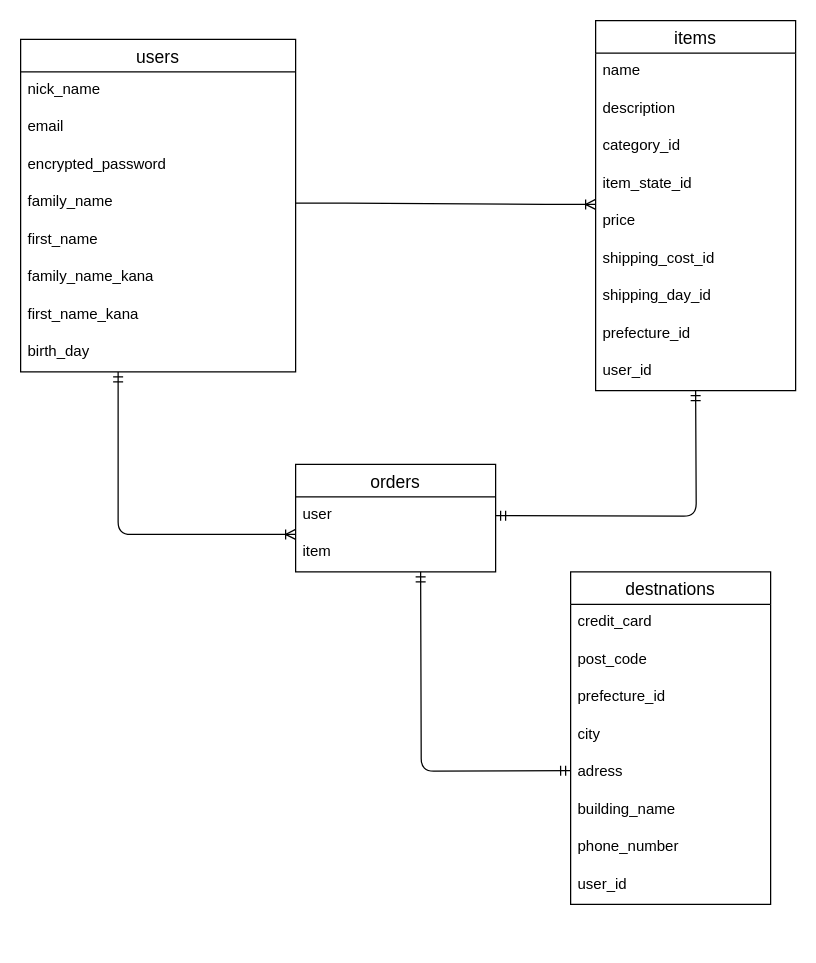
This is ERD.dio from sochi0720/furima-33467, a draw.io file, before an edit. Source tidied: cells renumbered, new cells numbered last; positions are measured from the earlier drawing's top-left corner, leaving out a move shared by most shapes. Both pictures are drawn from the tidied source at 125%, with x=0, y=0 at pixel (20, 20).
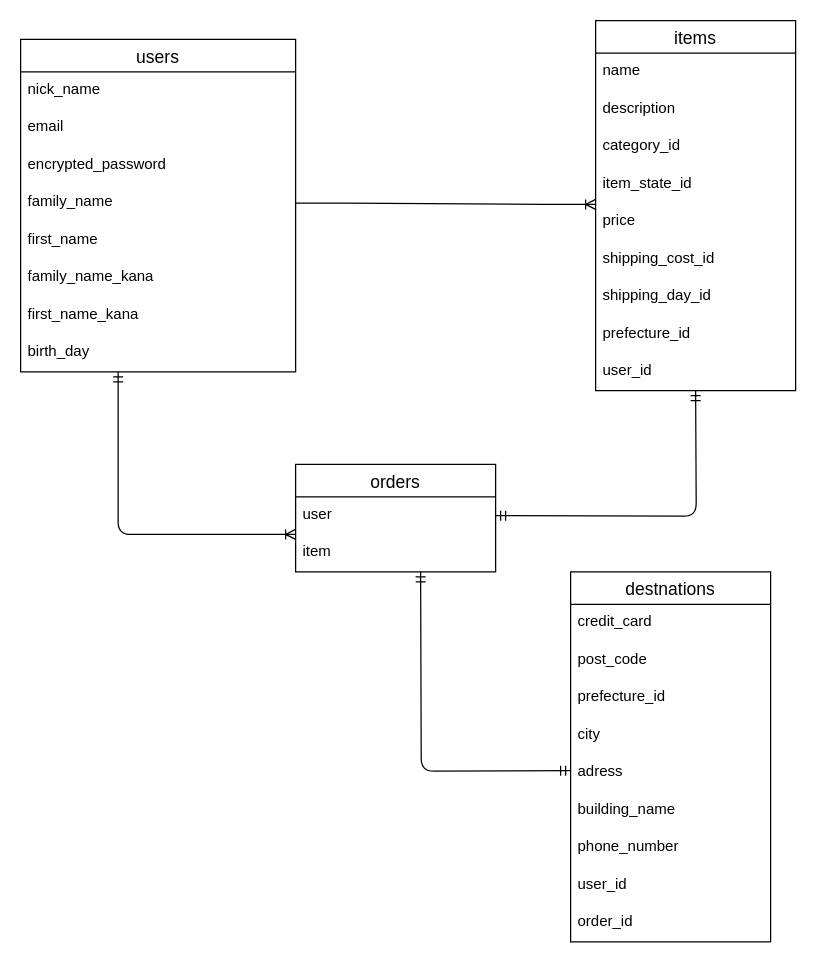
Above is the later version.

What changed in the source:
```diff
@@
     <mxCell id="12" value="destnations" style="swimlane;fontStyle=0;horizontal=1;startSize=26;align=center;fontSize=14;" parent="1" vertex="1">
-      <mxGeometry x="440" y="441" width="160" height="266" as="geometry" />
+      <mxGeometry x="440" y="441" width="160" height="296" as="geometry" />
     </mxCell>
@@
+    <mxCell id="37" value="order_id" style="text;strokeColor=none;fillColor=none;spacingLeft=4;spacingRight=4;overflow=hidden;fontSize=12;rounded=0;sketch=0;" parent="12" vertex="1">
+      <mxGeometry y="266" width="160" height="30" as="geometry" />
+    </mxCell>
```
